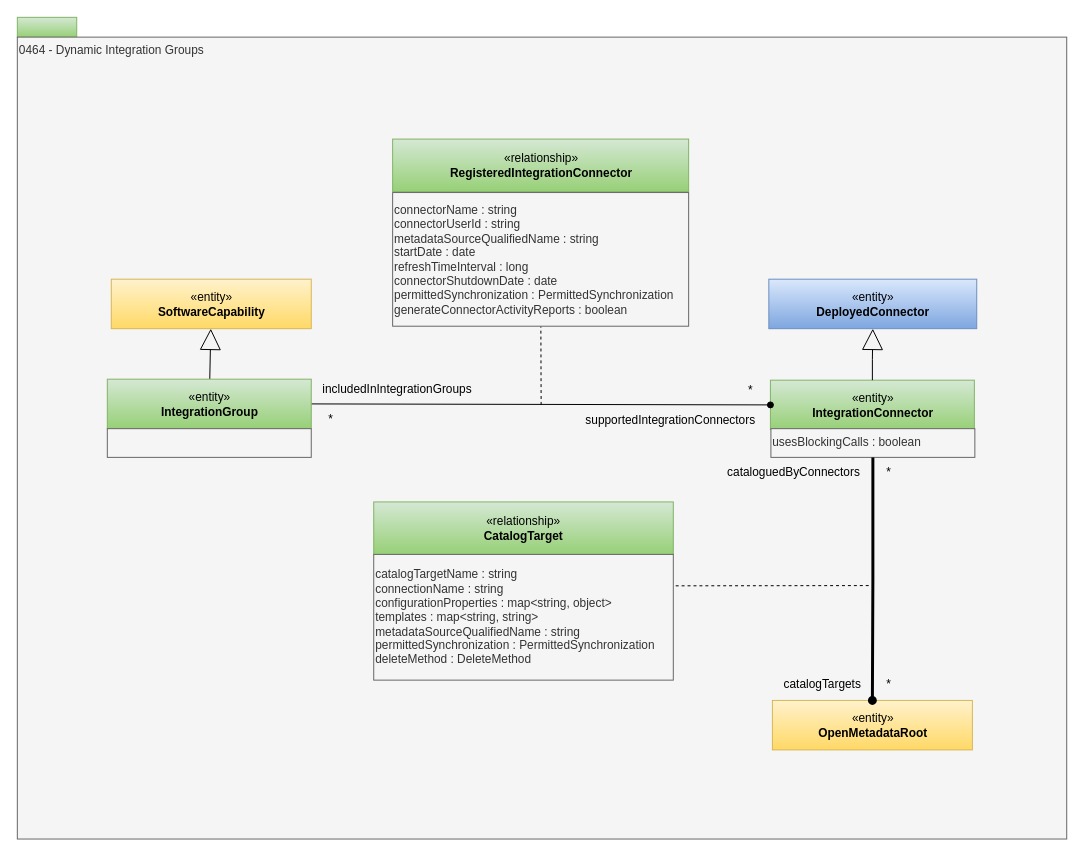
odpi/egeria-docs keeps this draw.io diagram as page "0464-Dynamic-Integration-Groups" (24 of 30) of site/docs/types/4/area-4-governance.drawio. Above is the earlier version. Source tidied: cells renumbered, new cells numbered last; positions are measured from the earlier drawing's top-left corner, leaving out a move shared by most shapes. Both pictures are drawn from the tidied source at 99%, with x=0, y=0 at pixel (17, 17).
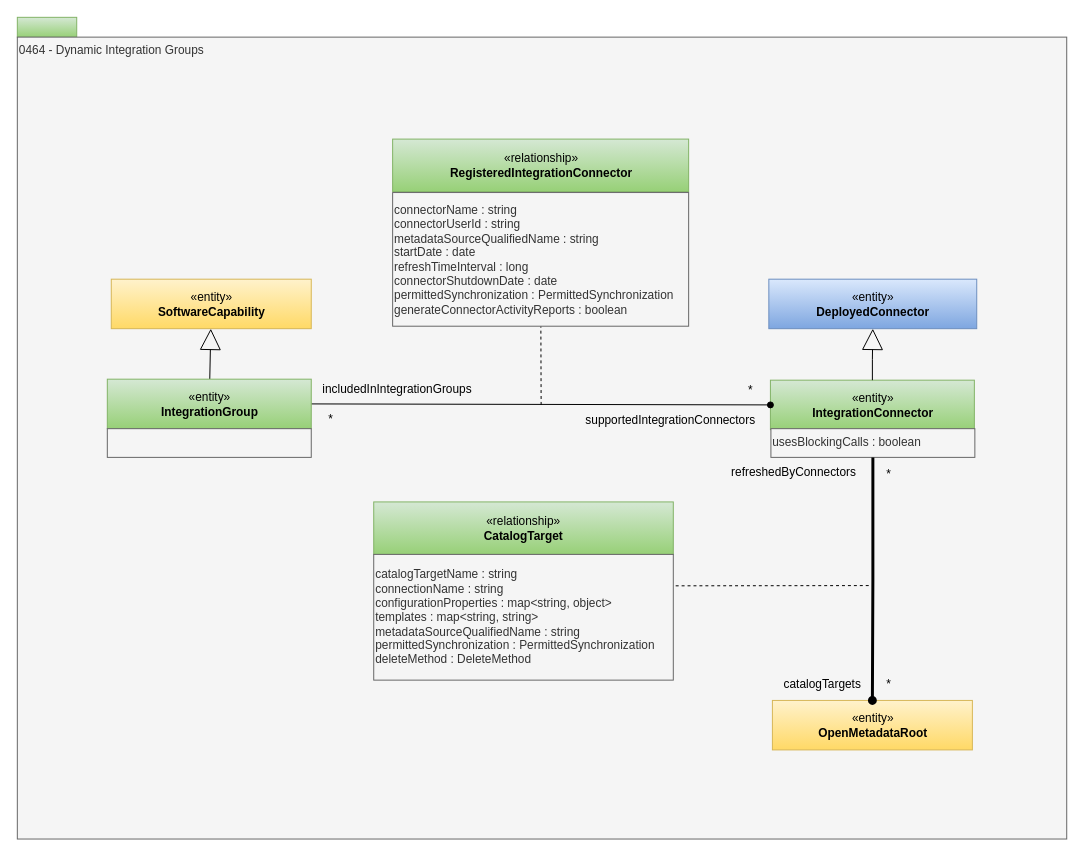
After the change.

Change to the diagram source:
```diff
@@
     <mxCell id="24" value="*" style="text;html=1;align=center;verticalAlign=middle;strokeColor=none;fillColor=none;" parent="1" vertex="1">
-      <mxGeometry x="865.1" y="444.5" width="30" height="30" as="geometry" />
+      <mxGeometry x="865.1" y="446.5" width="30" height="30" as="geometry" />
     </mxCell>
@@
-    <mxCell id="26" value="cataloguedByConnectors" style="text;html=1;align=center;verticalAlign=middle;strokeColor=none;fillColor=none;" parent="1" vertex="1">
-      <mxGeometry x="704.1" y="444.5" width="160" height="30" as="geometry" />
+    <mxCell id="26" value="refreshedByConnectors" style="text;html=1;align=center;verticalAlign=middle;strokeColor=none;fillColor=none;" parent="1" vertex="1">
+      <mxGeometry x="709.1" y="444.5" width="150" height="30" as="geometry" />
     </mxCell>
```
